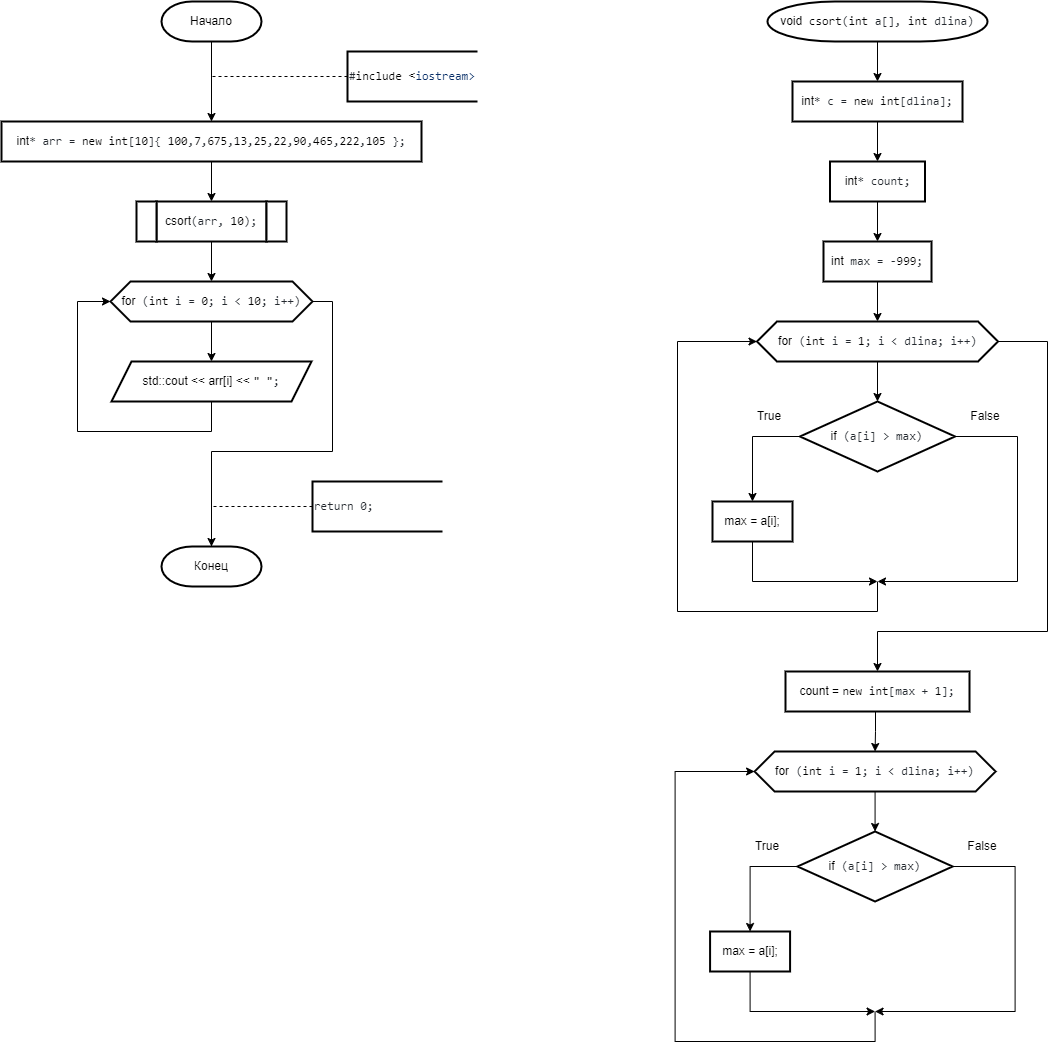
Before: 2 Семестр/Labs/№9 Сложные сортировки быстрая (Хоара), слиянием, подсчетом, блочная, Шелла/Подсчетом.png, a diagram exported from draw.io (IlyaFedoseev227/LABS-PNRPU-IVT-22-1b). Source tidied: cells renumbered, new cells last; positions are measured from the earlier drawing's top-left corner, leaving out a move shared by most shapes.
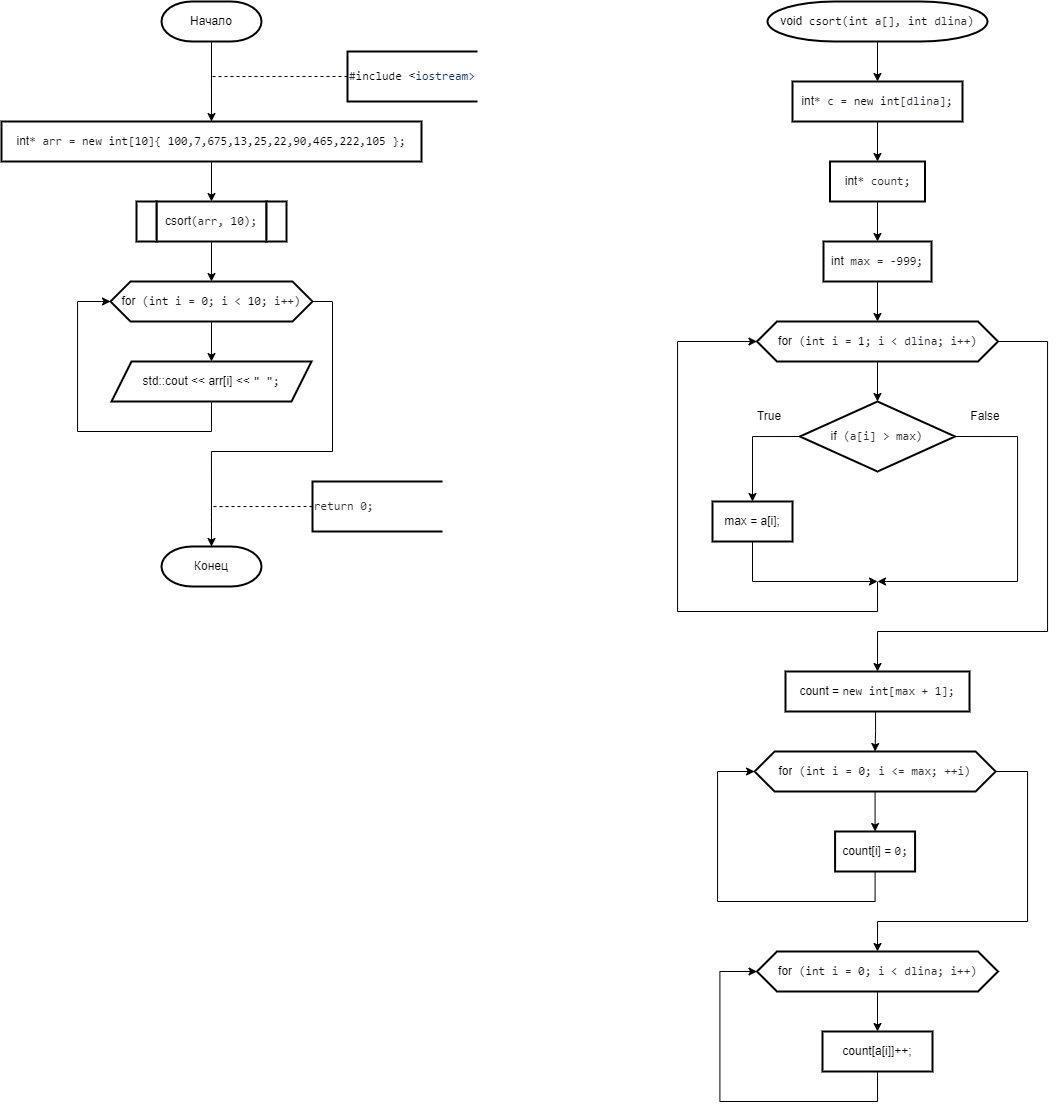
After the commit.

What changed in the source:
```diff
@@ -169,53 +169,50 @@
     <mxCell id="40" value="&lt;div style=&quot;text-align: start;&quot;&gt;count = &lt;span style=&quot;box-sizing: border-box; color: var(--color-prettylights-syntax-keyword); font-family: ui-monospace, SFMono-Regular, &amp;quot;SF Mono&amp;quot;, Menlo, Consolas, &amp;quot;Liberation Mono&amp;quot;, monospace; background-color: rgb(255, 255, 255);&quot; class=&quot;pl-k&quot;&gt;new&lt;/span&gt;&lt;span style=&quot;color: rgb(36, 41, 47); font-family: ui-monospace, SFMono-Regular, &amp;quot;SF Mono&amp;quot;, Menlo, Consolas, &amp;quot;Liberation Mono&amp;quot;, monospace; background-color: rgb(255, 255, 255);&quot;&gt; &lt;/span&gt;&lt;span style=&quot;box-sizing: border-box; color: var(--color-prettylights-syntax-keyword); font-family: ui-monospace, SFMono-Regular, &amp;quot;SF Mono&amp;quot;, Menlo, Consolas, &amp;quot;Liberation Mono&amp;quot;, monospace; background-color: rgb(255, 255, 255);&quot; class=&quot;pl-k&quot;&gt;int&lt;/span&gt;&lt;span style=&quot;color: rgb(36, 41, 47); font-family: ui-monospace, SFMono-Regular, &amp;quot;SF Mono&amp;quot;, Menlo, Consolas, &amp;quot;Liberation Mono&amp;quot;, monospace; background-color: rgb(255, 255, 255);&quot;&gt;[max + &lt;/span&gt;&lt;span style=&quot;box-sizing: border-box; color: var(--color-prettylights-syntax-constant); font-family: ui-monospace, SFMono-Regular, &amp;quot;SF Mono&amp;quot;, Menlo, Consolas, &amp;quot;Liberation Mono&amp;quot;, monospace; background-color: rgb(255, 255, 255);&quot; class=&quot;pl-c1&quot;&gt;1&lt;/span&gt;&lt;span style=&quot;color: rgb(36, 41, 47); font-family: ui-monospace, SFMono-Regular, &amp;quot;SF Mono&amp;quot;, Menlo, Consolas, &amp;quot;Liberation Mono&amp;quot;, monospace; background-color: rgb(255, 255, 255);&quot;&gt;];&lt;/span&gt;&lt;br&gt;&lt;/div&gt;" style="shape=parallelogram;perimeter=parallelogramPerimeter;whiteSpace=wrap;html=1;fixedSize=1;strokeWidth=2;size=-6;" parent="1" vertex="1">
       <mxGeometry x="784" y="670" width="184" height="40" as="geometry" />
     </mxCell>
-    <mxCell id="41" style="edgeStyle=orthogonalEdgeStyle;rounded=0;jettySize=auto;html=1;exitX=0.5;exitY=1;exitDx=0;exitDy=0;entryX=0.5;entryY=0;entryDx=0;entryDy=0;" parent="1" edge="1" source="42" target="46">
-      <mxGeometry relative="1" as="geometry" />
-    </mxCell>
+    <mxCell id="51" style="edgeStyle=orthogonalEdgeStyle;rounded=0;jettySize=auto;html=1;exitX=0.5;exitY=1;exitDx=0;exitDy=0;entryX=0.5;entryY=0;entryDx=0;entryDy=0;" parent="1" edge="1" source="42" target="50">
+      <mxGeometry relative="1" as="geometry" />
+    </mxCell>
+    <mxCell id="52" style="edgeStyle=orthogonalEdgeStyle;rounded=0;jettySize=auto;html=1;exitX=1;exitY=0.5;exitDx=0;exitDy=0;entryX=0.5;entryY=0;entryDx=0;entryDy=0;" parent="1" edge="1" source="42" target="54">
+      <mxGeometry relative="1" as="geometry">
+        <Array as="points">
+          <mxPoint x="1026" y="770" />
+          <mxPoint x="1026" y="920" />
+          <mxPoint x="876" y="920" />
+        </Array>
+      </mxGeometry>
+    </mxCell>
-    <mxCell id="42" value="&lt;div style=&quot;text-align: start;&quot;&gt;for&lt;span style=&quot;color: rgb(36, 41, 47); font-family: ui-monospace, SFMono-Regular, &amp;quot;SF Mono&amp;quot;, Menlo, Consolas, &amp;quot;Liberation Mono&amp;quot;, monospace; background-color: rgb(255, 255, 255);&quot;&gt; (&lt;/span&gt;&lt;span style=&quot;box-sizing: border-box; color: var(--color-prettylights-syntax-keyword); font-family: ui-monospace, SFMono-Regular, &amp;quot;SF Mono&amp;quot;, Menlo, Consolas, &amp;quot;Liberation Mono&amp;quot;, monospace; background-color: rgb(255, 255, 255);&quot; class=&quot;pl-k&quot;&gt;int&lt;/span&gt;&lt;span style=&quot;color: rgb(36, 41, 47); font-family: ui-monospace, SFMono-Regular, &amp;quot;SF Mono&amp;quot;, Menlo, Consolas, &amp;quot;Liberation Mono&amp;quot;, monospace; background-color: rgb(255, 255, 255);&quot;&gt; i = &lt;/span&gt;&lt;span style=&quot;box-sizing: border-box; color: var(--color-prettylights-syntax-constant); font-family: ui-monospace, SFMono-Regular, &amp;quot;SF Mono&amp;quot;, Menlo, Consolas, &amp;quot;Liberation Mono&amp;quot;, monospace; background-color: rgb(255, 255, 255);&quot; class=&quot;pl-c1&quot;&gt;1&lt;/span&gt;&lt;span style=&quot;color: rgb(36, 41, 47); font-family: ui-monospace, SFMono-Regular, &amp;quot;SF Mono&amp;quot;, Menlo, Consolas, &amp;quot;Liberation Mono&amp;quot;, monospace; background-color: rgb(255, 255, 255);&quot;&gt;; i &amp;lt; dlina; i++)&lt;/span&gt;&lt;br&gt;&lt;/div&gt;" style="shape=hexagon;perimeter=hexagonPerimeter2;whiteSpace=wrap;html=1;fixedSize=1;strokeWidth=2;" parent="1" vertex="1">
+    <mxCell id="42" value="&lt;div style=&quot;text-align: start;&quot;&gt;for&lt;span style=&quot;color: rgb(36, 41, 47); font-family: ui-monospace, SFMono-Regular, &amp;quot;SF Mono&amp;quot;, Menlo, Consolas, &amp;quot;Liberation Mono&amp;quot;, monospace; background-color: rgb(255, 255, 255);&quot;&gt; (&lt;/span&gt;&lt;span style=&quot;box-sizing: border-box; color: var(--color-prettylights-syntax-keyword); font-family: ui-monospace, SFMono-Regular, &amp;quot;SF Mono&amp;quot;, Menlo, Consolas, &amp;quot;Liberation Mono&amp;quot;, monospace; background-color: rgb(255, 255, 255);&quot; class=&quot;pl-k&quot;&gt;int&lt;/span&gt;&lt;span style=&quot;color: rgb(36, 41, 47); font-family: ui-monospace, SFMono-Regular, &amp;quot;SF Mono&amp;quot;, Menlo, Consolas, &amp;quot;Liberation Mono&amp;quot;, monospace; background-color: rgb(255, 255, 255);&quot;&gt; i = &lt;/span&gt;&lt;span style=&quot;box-sizing: border-box; color: var(--color-prettylights-syntax-constant); font-family: ui-monospace, SFMono-Regular, &amp;quot;SF Mono&amp;quot;, Menlo, Consolas, &amp;quot;Liberation Mono&amp;quot;, monospace; background-color: rgb(255, 255, 255);&quot; class=&quot;pl-c1&quot;&gt;0&lt;/span&gt;&lt;span style=&quot;color: rgb(36, 41, 47); font-family: ui-monospace, SFMono-Regular, &amp;quot;SF Mono&amp;quot;, Menlo, Consolas, &amp;quot;Liberation Mono&amp;quot;, monospace; background-color: rgb(255, 255, 255);&quot;&gt;; i &amp;lt;= max; ++i)&lt;/span&gt;&lt;br&gt;&lt;/div&gt;" style="shape=hexagon;perimeter=hexagonPerimeter2;whiteSpace=wrap;html=1;fixedSize=1;strokeWidth=2;" parent="1" vertex="1">
       <mxGeometry x="753.1" y="750" width="241" height="40" as="geometry" />
     </mxCell>
-    <mxCell id="43" style="edgeStyle=orthogonalEdgeStyle;rounded=0;jettySize=auto;html=1;exitX=0;exitY=0.5;exitDx=0;exitDy=0;entryX=0.5;entryY=0;entryDx=0;entryDy=0;" parent="1" edge="1" source="46" target="50">
-      <mxGeometry relative="1" as="geometry" />
-    </mxCell>
-    <mxCell id="44" style="edgeStyle=orthogonalEdgeStyle;rounded=0;jettySize=auto;html=1;exitX=1;exitY=0.5;exitDx=0;exitDy=0;" parent="1" edge="1" source="46">
-      <mxGeometry relative="1" as="geometry">
-        <mxPoint x="873.6" y="1010" as="targetPoint" />
-        <Array as="points">
-          <mxPoint x="1013.6" y="865" />
-          <mxPoint x="1013.6" y="1010" />
-        </Array>
-      </mxGeometry>
-    </mxCell>
-    <mxCell id="45" style="edgeStyle=orthogonalEdgeStyle;rounded=0;jettySize=auto;html=1;entryX=0;entryY=0.5;entryDx=0;entryDy=0;" parent="1" edge="1" target="42">
+    <mxCell id="45" style="edgeStyle=orthogonalEdgeStyle;rounded=0;jettySize=auto;html=1;entryX=0;entryY=0.5;entryDx=0;entryDy=0;exitX=0.5;exitY=1;exitDx=0;exitDy=0;" parent="1" edge="1" source="50" target="42">
       <mxGeometry relative="1" as="geometry">
-        <mxPoint x="873.6" y="1010" as="sourcePoint" />
         <Array as="points">
-          <mxPoint x="873.6" y="1040" />
-          <mxPoint x="673.6" y="1040" />
-          <mxPoint x="673.6" y="770" />
+          <mxPoint x="874" y="900" />
+          <mxPoint x="716" y="900" />
+          <mxPoint x="716" y="770" />
         </Array>
       </mxGeometry>
     </mxCell>
-    <mxCell id="46" value="&lt;div style=&quot;text-align: start;&quot;&gt;if&lt;span style=&quot;color: rgb(36, 41, 47); font-family: ui-monospace, SFMono-Regular, &amp;quot;SF Mono&amp;quot;, Menlo, Consolas, &amp;quot;Liberation Mono&amp;quot;, monospace; background-color: rgb(255, 255, 255);&quot;&gt; (a[i] &amp;gt; max)&lt;/span&gt;&lt;br&gt;&lt;/div&gt;" style="rhombus;whiteSpace=wrap;html=1;strokeWidth=2;" parent="1" vertex="1">
-      <mxGeometry x="796" y="830" width="155.1" height="70" as="geometry" />
-    </mxCell>
-    <mxCell id="47" value="True" style="text;html=1;strokeColor=none;fillColor=none;align=center;verticalAlign=middle;whiteSpace=wrap;rounded=0;strokeWidth=2;" parent="1" vertex="1">
-      <mxGeometry x="736" y="830" width="60" height="30" as="geometry" />
-    </mxCell>
-    <mxCell id="48" value="False" style="text;html=1;strokeColor=none;fillColor=none;align=center;verticalAlign=middle;whiteSpace=wrap;rounded=0;strokeWidth=2;" parent="1" vertex="1">
-      <mxGeometry x="951.1" y="830" width="60" height="30" as="geometry" />
-    </mxCell>
-    <mxCell id="49" style="edgeStyle=orthogonalEdgeStyle;rounded=0;jettySize=auto;html=1;exitX=0.5;exitY=1;exitDx=0;exitDy=0;" parent="1" edge="1" source="50">
-      <mxGeometry relative="1" as="geometry">
-        <mxPoint x="873.6" y="1010" as="targetPoint" />
-        <Array as="points">
-          <mxPoint x="748.6" y="1010" />
-        </Array>
-      </mxGeometry>
-    </mxCell>
-    <mxCell id="50" value="&lt;div style=&quot;text-align: start;&quot;&gt;max = a[i];&lt;br&gt;&lt;/div&gt;" style="shape=parallelogram;perimeter=parallelogramPerimeter;whiteSpace=wrap;html=1;fixedSize=1;strokeWidth=2;size=-6;" parent="1" vertex="1">
-      <mxGeometry x="708.6" y="930" width="80" height="40" as="geometry" />
+    <mxCell id="50" value="&lt;div style=&quot;text-align: start;&quot;&gt;count[i] = &lt;span style=&quot;box-sizing: border-box; color: var(--color-prettylights-syntax-constant); font-family: ui-monospace, SFMono-Regular, &amp;quot;SF Mono&amp;quot;, Menlo, Consolas, &amp;quot;Liberation Mono&amp;quot;, monospace; background-color: rgb(255, 255, 255);&quot; class=&quot;pl-c1&quot;&gt;0&lt;/span&gt;&lt;span style=&quot;color: rgb(36, 41, 47); font-family: ui-monospace, SFMono-Regular, &amp;quot;SF Mono&amp;quot;, Menlo, Consolas, &amp;quot;Liberation Mono&amp;quot;, monospace; background-color: rgb(255, 255, 255);&quot;&gt;;&lt;/span&gt;&lt;br&gt;&lt;/div&gt;" style="shape=parallelogram;perimeter=parallelogramPerimeter;whiteSpace=wrap;html=1;fixedSize=1;strokeWidth=2;size=-6;" parent="1" vertex="1">
+      <mxGeometry x="833.6" y="830" width="80" height="40" as="geometry" />
     </mxCell>
+    <mxCell id="53" style="edgeStyle=orthogonalEdgeStyle;rounded=0;jettySize=auto;html=1;exitX=0.5;exitY=1;exitDx=0;exitDy=0;entryX=0.5;entryY=0;entryDx=0;entryDy=0;" parent="1" edge="1" source="54" target="56">
+      <mxGeometry relative="1" as="geometry" />
+    </mxCell>
+    <mxCell id="54" value="&lt;div style=&quot;text-align: start;&quot;&gt;for&lt;span style=&quot;color: rgb(36, 41, 47); font-family: ui-monospace, SFMono-Regular, &amp;quot;SF Mono&amp;quot;, Menlo, Consolas, &amp;quot;Liberation Mono&amp;quot;, monospace; background-color: rgb(255, 255, 255);&quot;&gt; (&lt;/span&gt;&lt;span style=&quot;box-sizing: border-box; color: var(--color-prettylights-syntax-keyword); font-family: ui-monospace, SFMono-Regular, &amp;quot;SF Mono&amp;quot;, Menlo, Consolas, &amp;quot;Liberation Mono&amp;quot;, monospace; background-color: rgb(255, 255, 255);&quot; class=&quot;pl-k&quot;&gt;int&lt;/span&gt;&lt;span style=&quot;color: rgb(36, 41, 47); font-family: ui-monospace, SFMono-Regular, &amp;quot;SF Mono&amp;quot;, Menlo, Consolas, &amp;quot;Liberation Mono&amp;quot;, monospace; background-color: rgb(255, 255, 255);&quot;&gt; i = &lt;/span&gt;&lt;span style=&quot;box-sizing: border-box; color: var(--color-prettylights-syntax-constant); font-family: ui-monospace, SFMono-Regular, &amp;quot;SF Mono&amp;quot;, Menlo, Consolas, &amp;quot;Liberation Mono&amp;quot;, monospace; background-color: rgb(255, 255, 255);&quot; class=&quot;pl-c1&quot;&gt;0&lt;/span&gt;&lt;span style=&quot;color: rgb(36, 41, 47); font-family: ui-monospace, SFMono-Regular, &amp;quot;SF Mono&amp;quot;, Menlo, Consolas, &amp;quot;Liberation Mono&amp;quot;, monospace; background-color: rgb(255, 255, 255);&quot;&gt;; i &amp;lt; dlina; i++)&lt;/span&gt;&lt;br&gt;&lt;/div&gt;" style="shape=hexagon;perimeter=hexagonPerimeter2;whiteSpace=wrap;html=1;fixedSize=1;strokeWidth=2;" parent="1" vertex="1">
+      <mxGeometry x="755.5" y="950" width="241" height="40" as="geometry" />
+    </mxCell>
+    <mxCell id="55" style="edgeStyle=orthogonalEdgeStyle;rounded=0;jettySize=auto;html=1;entryX=0;entryY=0.5;entryDx=0;entryDy=0;exitX=0.5;exitY=1;exitDx=0;exitDy=0;" parent="1" edge="1" source="56" target="54">
+      <mxGeometry relative="1" as="geometry">
+        <Array as="points">
+          <mxPoint x="876.4" y="1100" />
+          <mxPoint x="718.4" y="1100" />
+          <mxPoint x="718.4" y="970" />
+        </Array>
+      </mxGeometry>
+    </mxCell>
+    <mxCell id="56" value="&lt;div style=&quot;text-align: start;&quot;&gt;count[a[i]]++;&lt;br&gt;&lt;/div&gt;" style="shape=parallelogram;perimeter=parallelogramPerimeter;whiteSpace=wrap;html=1;fixedSize=1;strokeWidth=2;size=-6;" parent="1" vertex="1">
+      <mxGeometry x="821" y="1030" width="110" height="40" as="geometry" />
+    </mxCell>
   </root>
 </mxGraphModel>
```
